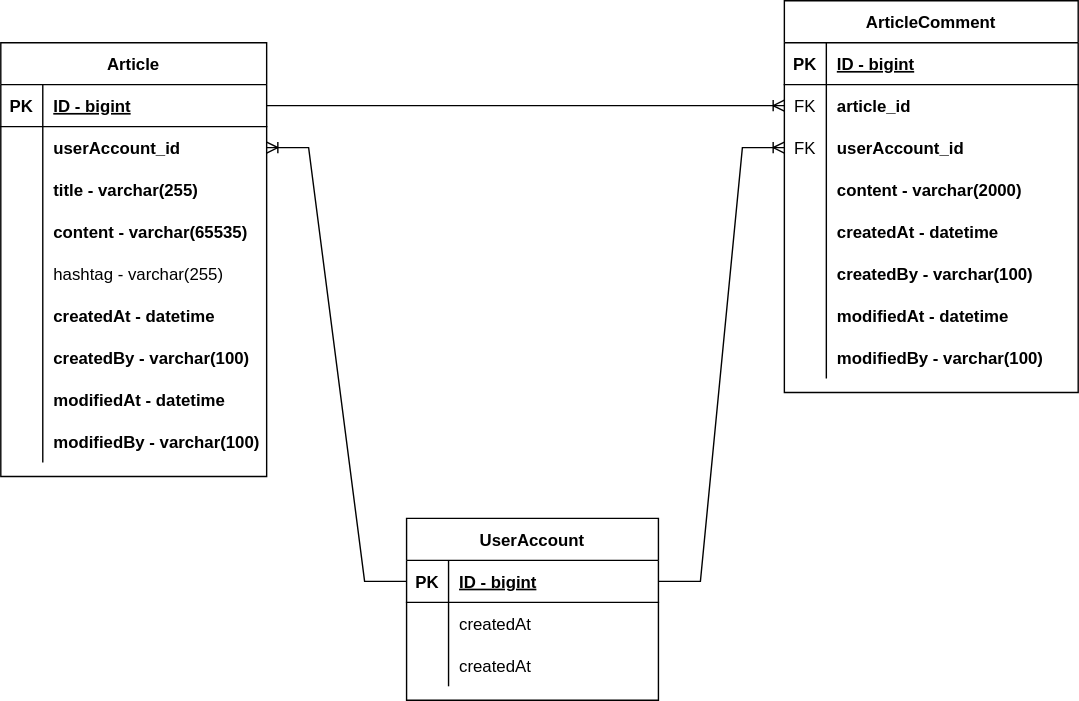
Earlier version of the draw.io export project-board-erd.svg (hanseongseo/simple-board). Source tidied: cells renumbered, new cells last; positions are measured from the earlier drawing's top-left corner, leaving out a move shared by most shapes.
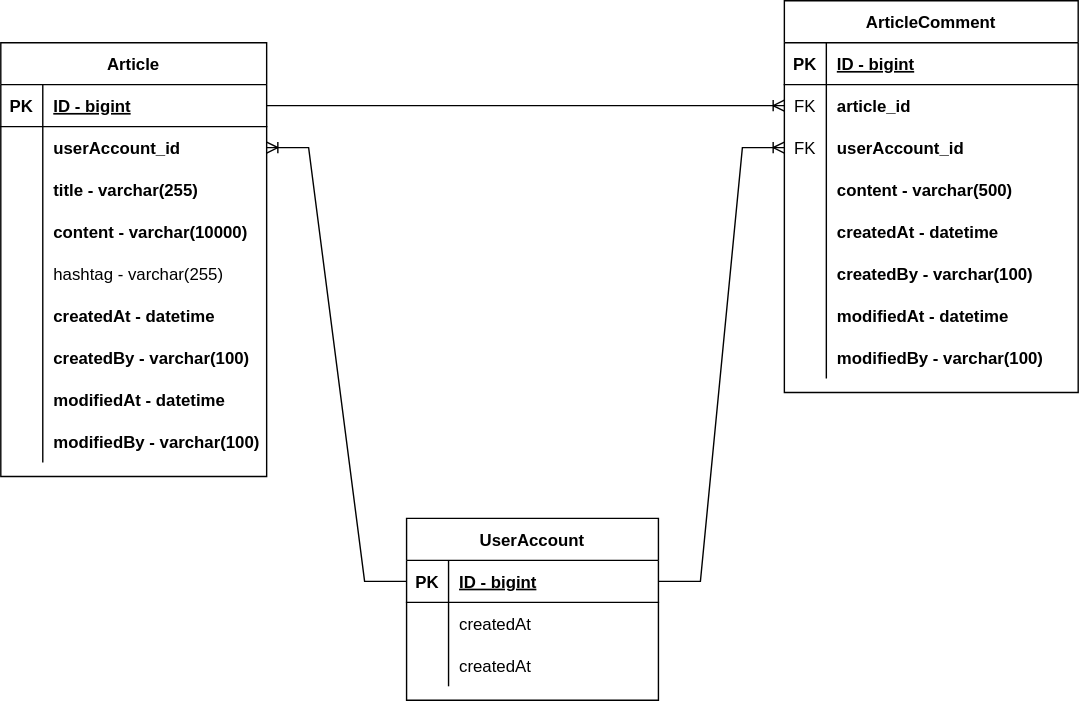
After the commit.

Commit message:
#2 - ERD 업데이트 : content 사이즈 변경

What changed in the source:
```diff
@@ -38,7 +38,7 @@
     <mxCell id="13" style="shape=partialRectangle;overflow=hidden;fillColor=none;top=0;left=0;bottom=0;right=0;" parent="12" vertex="1">
       <mxGeometry width="30" height="30" as="geometry" />
     </mxCell>
-    <mxCell id="14" value="content - varchar(65535)" style="shape=partialRectangle;overflow=hidden;fillColor=none;top=0;left=0;bottom=0;right=0;align=left;spacingLeft=6;fontStyle=1;" parent="12" vertex="1">
+    <mxCell id="14" value="content - varchar(10000)" style="shape=partialRectangle;overflow=hidden;fillColor=none;top=0;left=0;bottom=0;right=0;align=left;spacingLeft=6;fontStyle=1;" parent="12" vertex="1">
       <mxGeometry x="30" width="160" height="30" as="geometry" />
     </mxCell>
     <mxCell id="15" style="shape=partialRectangle;fillColor=none;top=0;left=0;right=0;bottom=0;" parent="2" vertex="1">
@@ -122,7 +122,7 @@
     <mxCell id="41" style="shape=partialRectangle;overflow=hidden;fillColor=none;top=0;left=0;bottom=0;right=0;" parent="40" vertex="1">
       <mxGeometry width="30" height="30" as="geometry" />
     </mxCell>
-    <mxCell id="42" value="content - varchar(2000)" style="shape=partialRectangle;overflow=hidden;fillColor=none;top=0;left=0;bottom=0;right=0;align=left;spacingLeft=6;fontStyle=1;" parent="40" vertex="1">
+    <mxCell id="42" value="content - varchar(500)" style="shape=partialRectangle;overflow=hidden;fillColor=none;top=0;left=0;bottom=0;right=0;align=left;spacingLeft=6;fontStyle=1;" parent="40" vertex="1">
       <mxGeometry x="30" width="180" height="30" as="geometry" />
     </mxCell>
     <mxCell id="43" style="shape=partialRectangle;fillColor=none;top=0;left=0;right=0;bottom=0;" parent="30" vertex="1">
```
